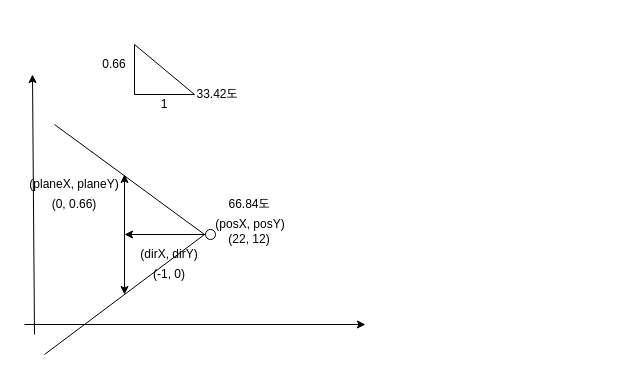
Earlier version of the draw.io diagram cub3D.drawio (Lee-seungju/drawfile). Source tidied: cells renumbered, new cells numbered last; positions are measured from the earlier drawing's top-left corner, leaving out a move shared by most shapes. Both pictures are drawn from the tidied source at 100%, with x=0, y=0 at pixel (24, 44).
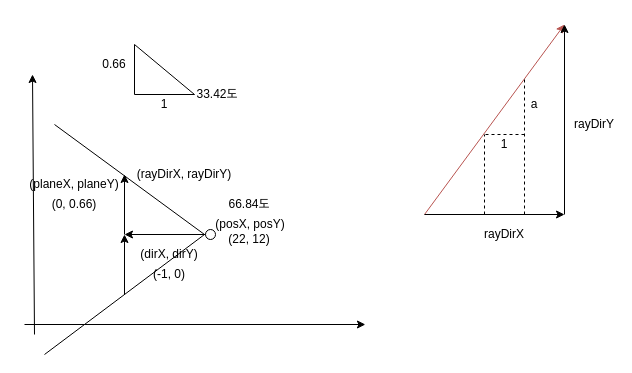
Above is the later version.

What changed in the source:
```diff
@@
     <mxCell id="21" style="endArrow=classic;html=1;" parent="1" edge="1">
       <mxGeometry relative="1" as="geometry">
-        <mxPoint x="100" y="190" as="sourcePoint" />
-        <mxPoint x="100" y="250" as="targetPoint" />
+        <mxPoint x="100" y="250" as="sourcePoint" />
+        <mxPoint x="100" y="190" as="targetPoint" />
       </mxGeometry>
     </mxCell>
@@
+    <mxCell id="23" value="(rayDirX, rayDirY)" style="text;html=1;strokeColor=none;fillColor=none;align=center;verticalAlign=middle;whiteSpace=wrap;rounded=0;" parent="1" vertex="1">
+      <mxGeometry x="110" y="120" width="100" height="20" as="geometry" />
+    </mxCell>
+    <mxCell id="24" style="endArrow=classic;html=1;fillColor=#f8cecc;strokeColor=#b85450;" parent="1" edge="1">
+      <mxGeometry relative="1" as="geometry">
+        <mxPoint x="400" y="170" as="sourcePoint" />
+        <mxPoint x="540" y="-20" as="targetPoint" />
+      </mxGeometry>
+    </mxCell>
+    <mxCell id="25" style="endArrow=classic;html=1;" parent="1" edge="1">
+      <mxGeometry relative="1" as="geometry">
+        <mxPoint x="400" y="170" as="sourcePoint" />
+        <mxPoint x="540" y="170" as="targetPoint" />
+      </mxGeometry>
+    </mxCell>
+    <mxCell id="26" style="endArrow=classic;html=1;" parent="1" edge="1">
+      <mxGeometry relative="1" as="geometry">
+        <mxPoint x="540" y="170" as="sourcePoint" />
+        <mxPoint x="540" y="-20" as="targetPoint" />
+      </mxGeometry>
+    </mxCell>
+    <mxCell id="27" style="endArrow=none;dashed=1;html=1;entryX=0;entryY=0;entryDx=0;entryDy=0;" parent="1" edge="1" target="30">
+      <mxGeometry relative="1" as="geometry">
+        <mxPoint x="460" y="170" as="sourcePoint" />
+      </mxGeometry>
+    </mxCell>
+    <mxCell id="28" style="endArrow=none;dashed=1;html=1;" parent="1" edge="1">
+      <mxGeometry relative="1" as="geometry">
+        <mxPoint x="500" y="170" as="sourcePoint" />
+        <mxPoint x="500" y="34" as="targetPoint" />
+      </mxGeometry>
+    </mxCell>
+    <mxCell id="29" style="endArrow=none;dashed=1;html=1;" parent="1" edge="1">
+      <mxGeometry relative="1" as="geometry">
+        <mxPoint x="500" y="90" as="sourcePoint" />
+        <mxPoint x="460" y="90" as="targetPoint" />
+      </mxGeometry>
+    </mxCell>
+    <mxCell id="30" value="1" style="text;html=1;strokeColor=none;fillColor=none;align=center;verticalAlign=middle;whiteSpace=wrap;rounded=0;" parent="1" vertex="1">
+      <mxGeometry x="460" y="90" width="40" height="20" as="geometry" />
+    </mxCell>
+    <mxCell id="31" value="a" style="text;html=1;strokeColor=none;fillColor=none;align=center;verticalAlign=middle;whiteSpace=wrap;rounded=0;" parent="1" vertex="1">
+      <mxGeometry x="500" y="50" width="20" height="20" as="geometry" />
+    </mxCell>
+    <mxCell id="32" value="rayDirX" style="text;html=1;strokeColor=none;fillColor=none;align=center;verticalAlign=middle;whiteSpace=wrap;rounded=0;" parent="1" vertex="1">
+      <mxGeometry x="460" y="180" width="40" height="20" as="geometry" />
+    </mxCell>
+    <mxCell id="33" value="rayDirY" style="text;html=1;strokeColor=none;fillColor=none;align=center;verticalAlign=middle;whiteSpace=wrap;rounded=0;" parent="1" vertex="1">
+      <mxGeometry x="550" y="70" width="40" height="20" as="geometry" />
+    </mxCell>
```
